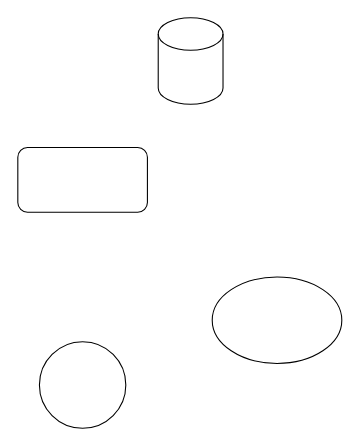
The draw.io diagram Prueba_E_01.drawio in ma4rca1va/ElectivaIV, before the edit. Source tidied: cells renumbered, new cells numbered last; positions are measured from the earlier drawing's top-left corner, leaving out a move shared by most shapes. Both pictures are drawn from the tidied source at 108%, with x=0, y=0 at pixel (17, 17).
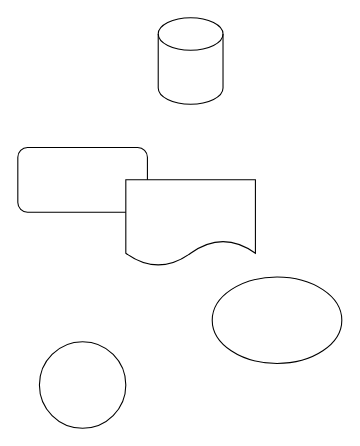
After the change.

Change to the diagram source:
```diff
@@
 <mxGraphModel>
   <root>
     <mxCell id="0" />
     <mxCell id="1" parent="0" />
     <mxCell id="2" style="rounded=1;whiteSpace=wrap;html=1;" parent="1" vertex="1">
       <mxGeometry y="120" width="120" height="60" as="geometry" />
     </mxCell>
     <mxCell id="3" style="ellipse;whiteSpace=wrap;html=1;" parent="1" vertex="1">
       <mxGeometry x="20" y="300" width="80" height="80" as="geometry" />
     </mxCell>
     <mxCell id="4" style="shape=cylinder3;whiteSpace=wrap;html=1;boundedLbl=1;backgroundOutline=1;size=15;" parent="1" vertex="1">
       <mxGeometry x="130" width="60" height="80" as="geometry" />
     </mxCell>
     <mxCell id="5" style="ellipse;whiteSpace=wrap;html=1;" parent="1" vertex="1">
       <mxGeometry x="180" y="240" width="120" height="80" as="geometry" />
     </mxCell>
+    <mxCell id="6" style="shape=document;whiteSpace=wrap;html=1;boundedLbl=1;" parent="1" vertex="1">
+      <mxGeometry x="100" y="150" width="120" height="80" as="geometry" />
+    </mxCell>
   </root>
 </mxGraphModel>
```
